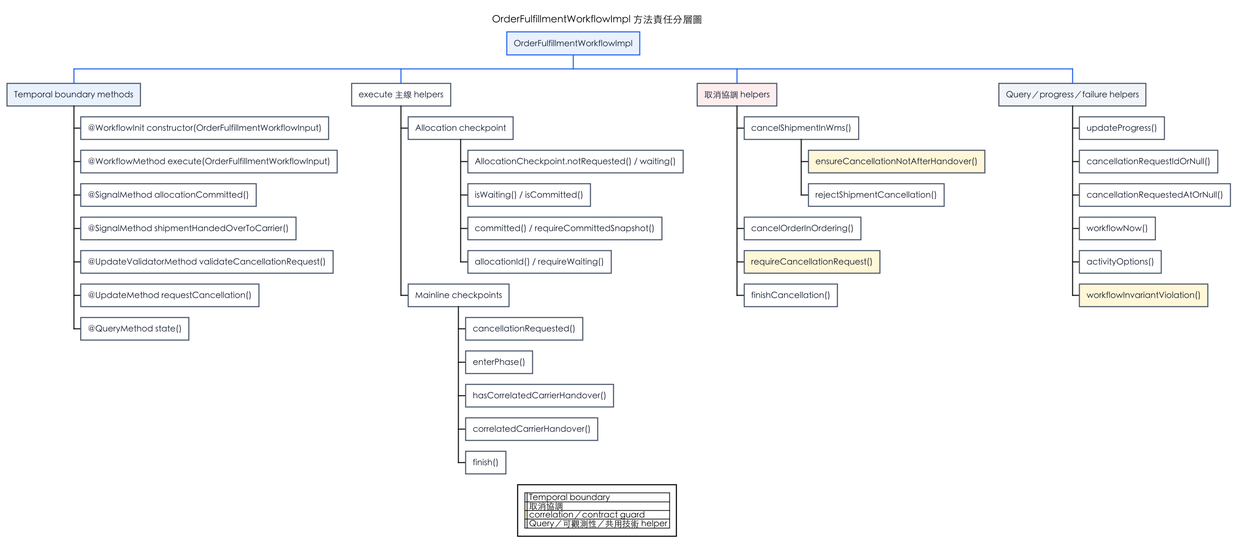
Before: docs/order-fulfillment-process-method-map.png, a diagram exported from PlantUML (zhjiangexe/order-allocation-arch-demo).
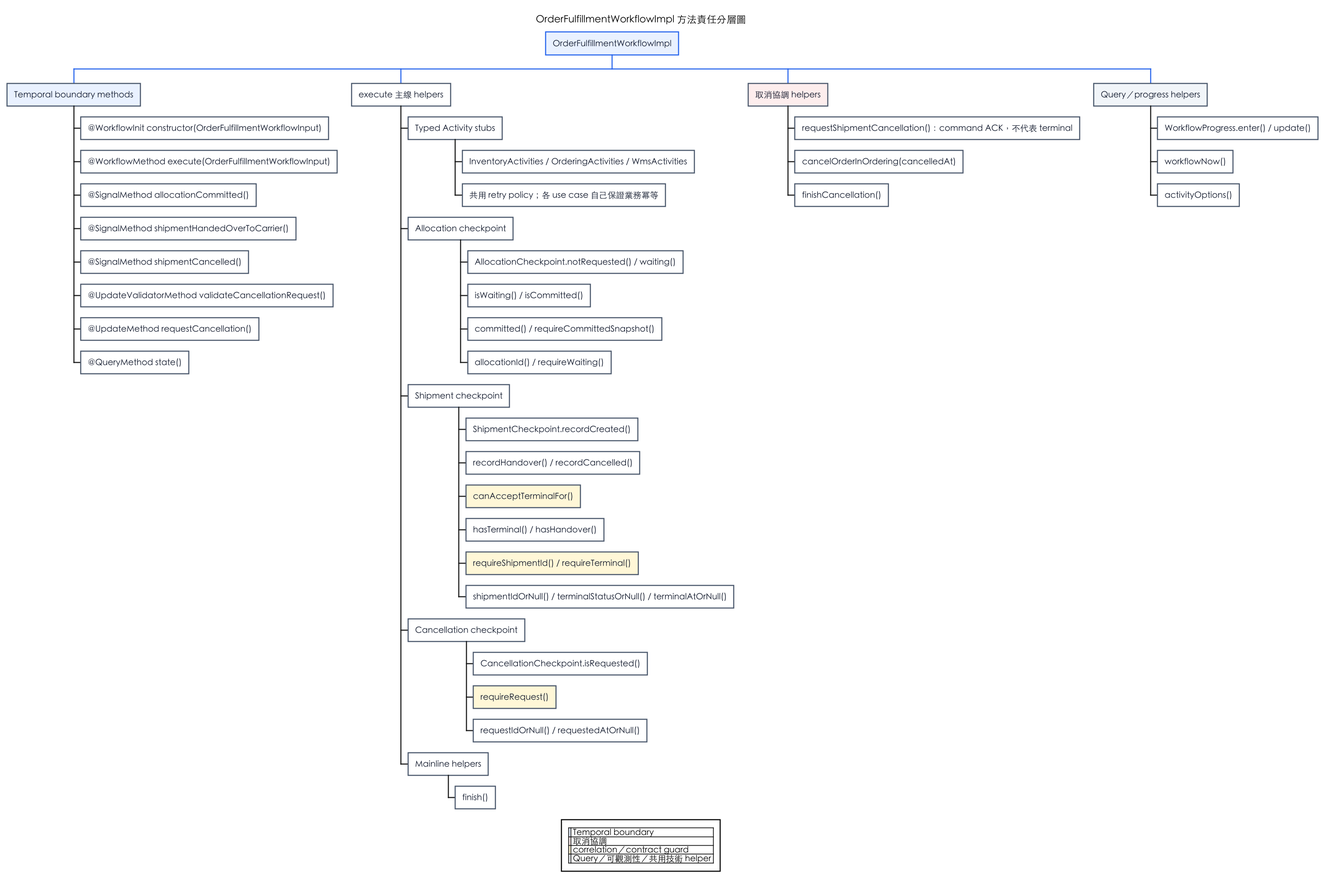
The same file after the commit.

The edit, as a diff of the source:
```diff
@@ -38,35 +38,40 @@
 *** @WorkflowMethod execute(OrderFulfillmentWorkflowInput)
 *** @SignalMethod allocationCommitted()
 *** @SignalMethod shipmentHandedOverToCarrier()
+*** @SignalMethod shipmentCancelled()
 *** @UpdateValidatorMethod validateCancellationRequest()
 *** @UpdateMethod requestCancellation()
 *** @QueryMethod state()
 ** execute 主線 helpers
+*** Typed Activity stubs
+**** InventoryActivities / OrderingActivities / WmsActivities
+**** 共用 retry policy；各 use case 自己保證業務冪等
 *** Allocation checkpoint
 **** AllocationCheckpoint.notRequested() / waiting()
 **** isWaiting() / isCommitted()
 **** committed() / requireCommittedSnapshot()
 **** allocationId() / requireWaiting()
-*** Mainline checkpoints
-**** cancellationRequested()
-**** enterPhase()
-**** hasCorrelatedCarrierHandover()
-**** correlatedCarrierHandover()
+*** Shipment checkpoint
+**** ShipmentCheckpoint.recordCreated()
+**** recordHandover() / recordCancelled()
+**** canAcceptTerminalFor() <<guard>>
+**** hasTerminal() / hasHandover()
+**** requireShipmentId() / requireTerminal() <<guard>>
+**** shipmentIdOrNull() / terminalStatusOrNull() / terminalAtOrNull()
+*** Cancellation checkpoint
+**** CancellationCheckpoint.isRequested()
+**** requireRequest() <<guard>>
+**** requestIdOrNull() / requestedAtOrNull()
+*** Mainline helpers
 **** finish()
 ** 取消協調 helpers <<cancellation>>
-*** cancelShipmentInWms()
-**** ensureCancellationNotAfterHandover() <<guard>>
-**** rejectShipmentCancellation()
-*** cancelOrderInOrdering()
-*** requireCancellationRequest() <<guard>>
+*** requestShipmentCancellation()：command ACK，不代表 terminal
+*** cancelOrderInOrdering(cancelledAt)
 *** finishCancellation()
-** Query／progress／failure helpers <<projection>>
-*** updateProgress()
-*** cancellationRequestIdOrNull()
-*** cancellationRequestedAtOrNull()
+** Query／progress helpers <<projection>>
+*** WorkflowProgress.enter() / update()
 *** workflowNow()
 *** activityOptions()
-*** workflowInvariantViolation() <<guard>>
 
 legend bottom
   |<#E8F1FF>| Temporal boundary |
```
